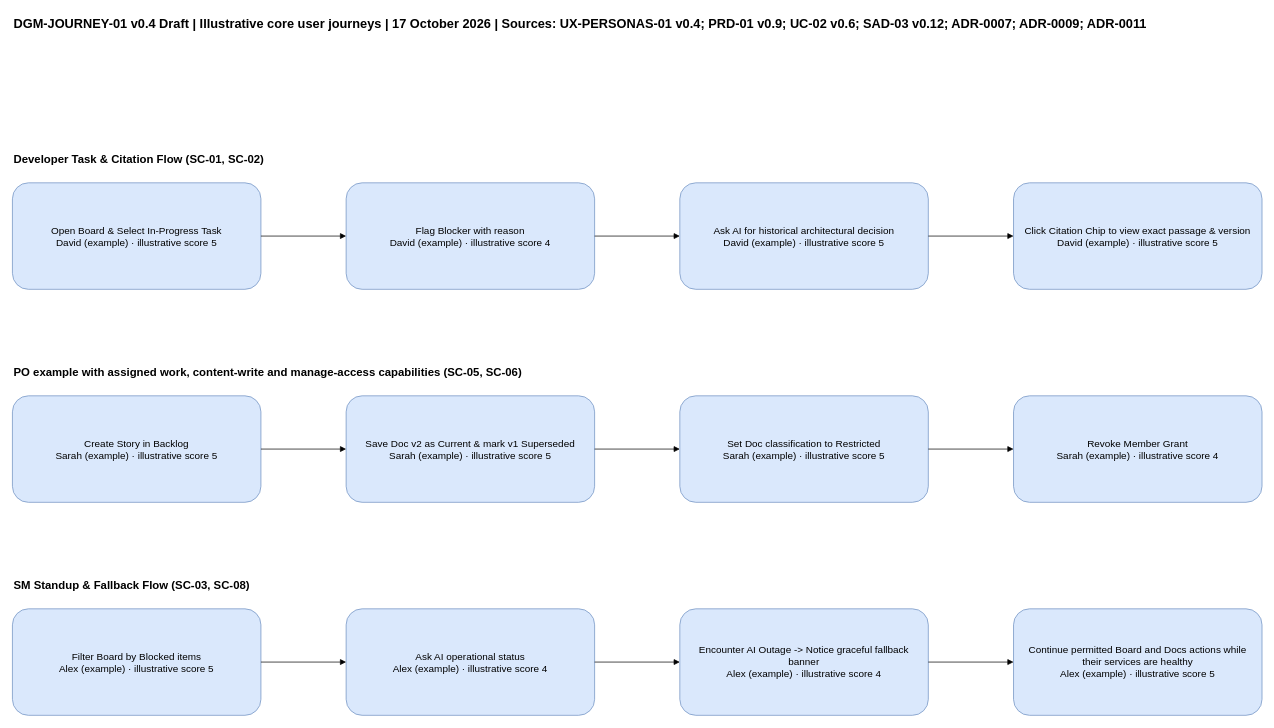
900M100CK/scrum-workspace-KMS-ai keeps this draw.io diagram as docs/sdlc/diagrams/user-journey/core-user-journeys.drawio. Above is the earlier version. Source tidied: cells renumbered, new cells numbered last; positions are measured from the earlier drawing's top-left corner, leaving out a move shared by most shapes. Both pictures are drawn from the tidied source at 71%, with x=0, y=0 at pixel (12, 12).
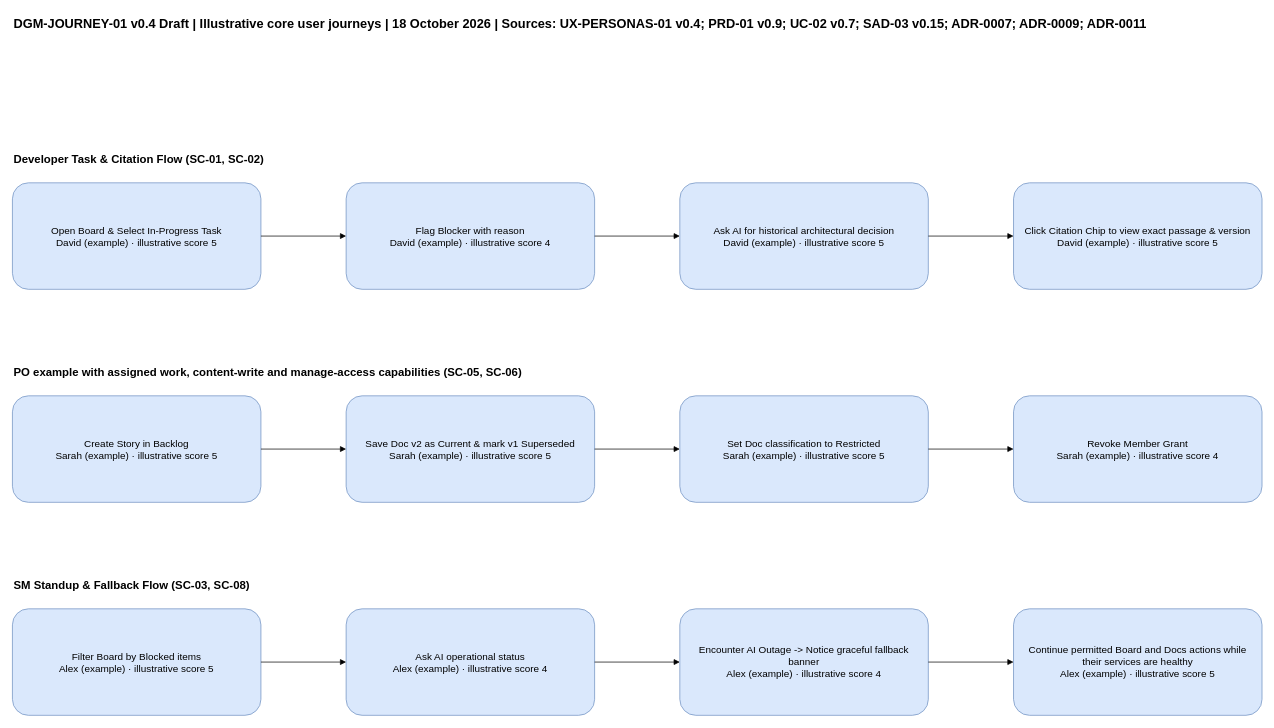
The same page after the edit.

The edit, as a diff of the source:
```diff
@@
-    <mxCell id="2" value="DGM-JOURNEY-01 v0.4 Draft | Illustrative core user journeys | 17 October 2026 | Sources: UX-PERSONAS-01 v0.4; PRD-01 v0.9; UC-02 v0.6; SAD-03 v0.12; ADR-0007; ADR-0009; ADR-0011" style="text;html=1;whiteSpace=wrap;fontSize=18;fontStyle=1;align=left;" parent="1" vertex="1">
+    <mxCell id="2" value="DGM-JOURNEY-01 v0.4 Draft | Illustrative core user journeys | 18 October 2026 | Sources: UX-PERSONAS-01 v0.4; PRD-01 v0.9; UC-02 v0.7; SAD-03 v0.15; ADR-0007; ADR-0009; ADR-0011" style="text;html=1;whiteSpace=wrap;fontSize=18;fontStyle=1;align=left;" parent="1" vertex="1">
       <mxGeometry width="1760" height="100" as="geometry" />
     </mxCell>
```
